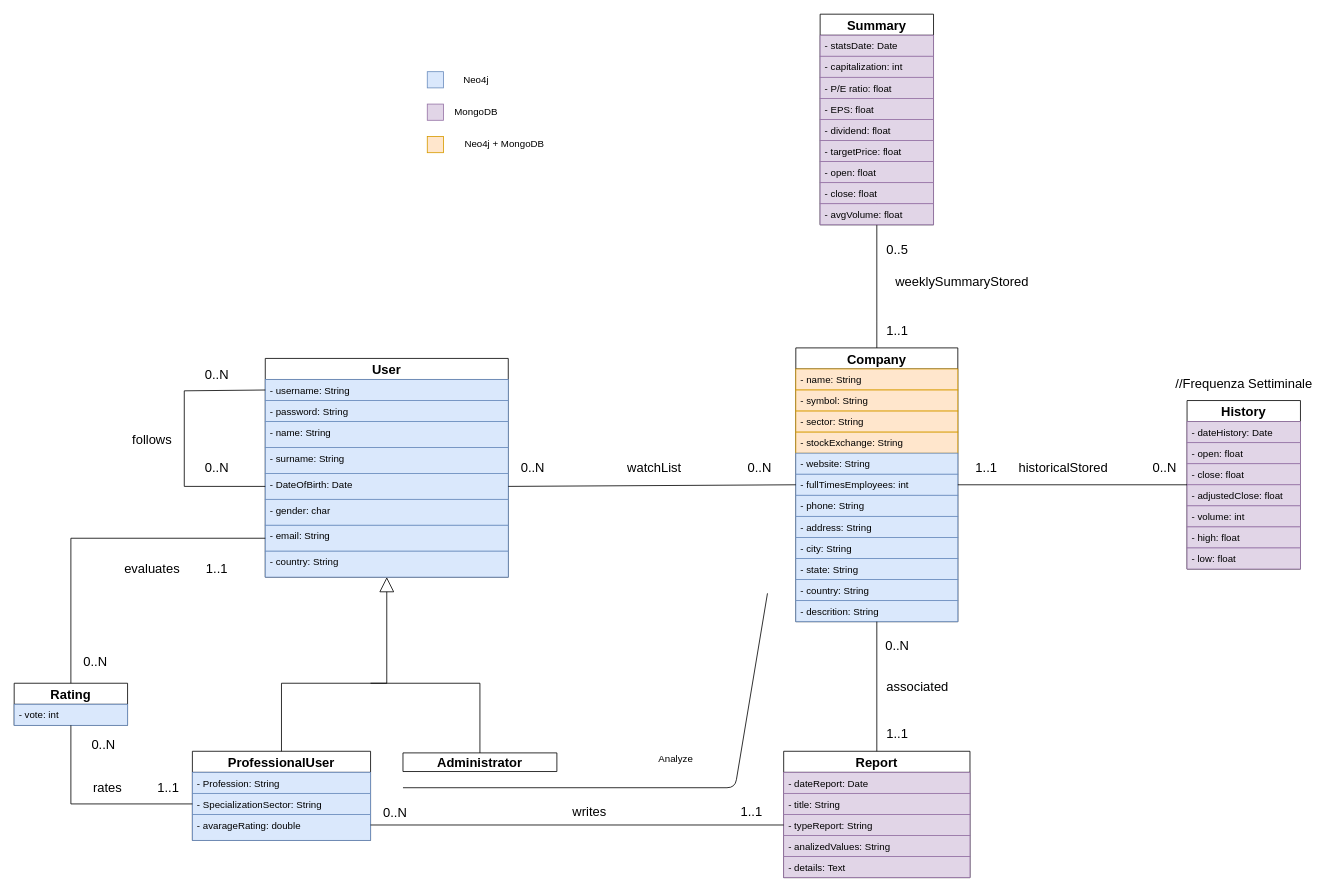
Before: page "Page-2" (2 of 2) of Diagrammi/ClassesDiagram.drawio in Matteo-Castrignano/CompaniesDiscoveryApplications, a draw.io diagram. Source tidied: cells renumbered, new cells numbered last; positions are measured from the earlier drawing's top-left corner, leaving out a move shared by most shapes. Both pictures are drawn from the tidied source at 81%, with x=0, y=0 at pixel (14, 14).
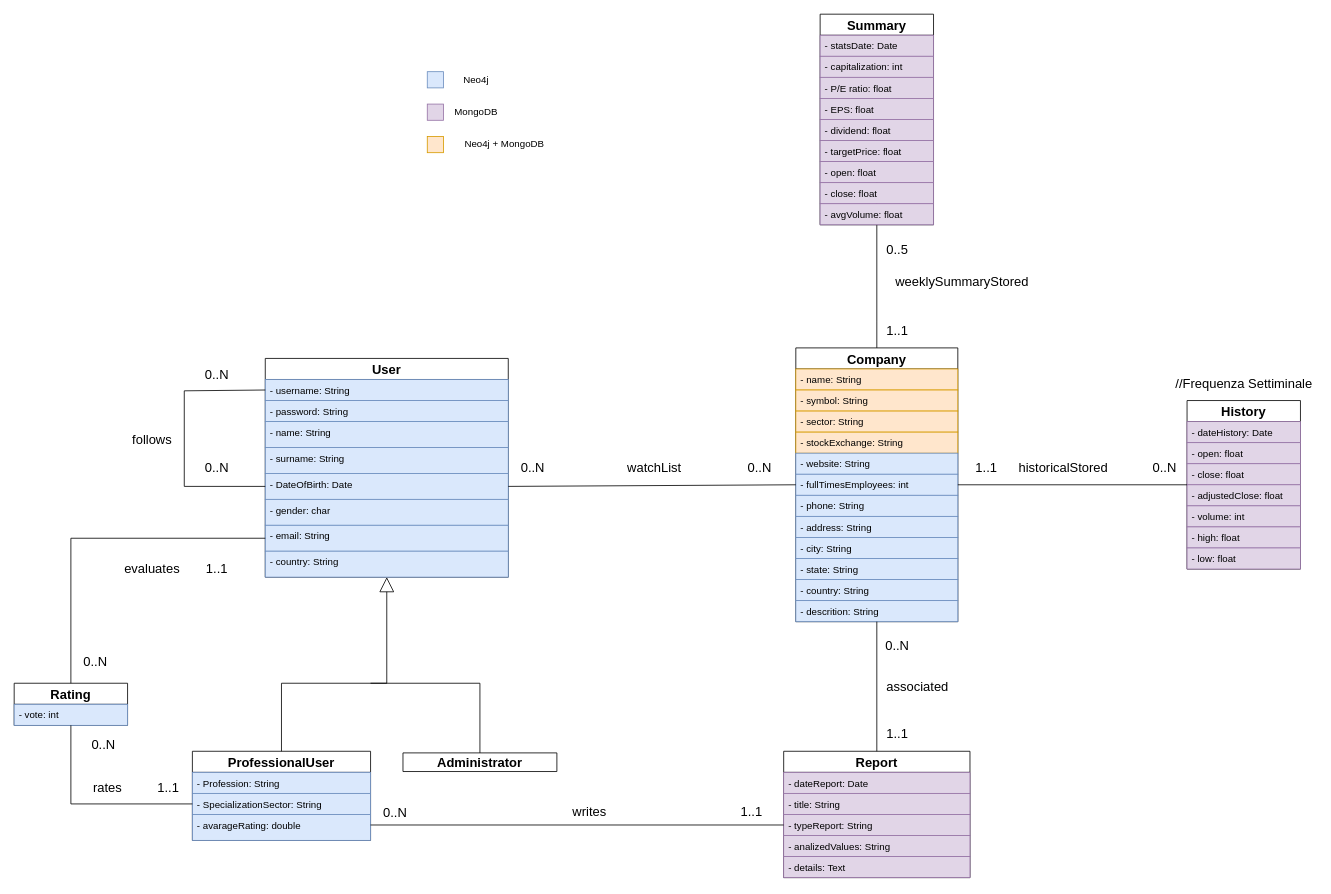
Above is the later version.

Diff of the diagram source:
```diff
@@
-    <mxCell id="96" style="endArrow=none;html=1;" parent="1" edge="1">
-      <mxGeometry relative="1" as="geometry">
-        <mxPoint x="480" y="955" as="sourcePoint" />
-        <mxPoint x="930" y="715" as="targetPoint" />
-        <Array as="points">
-          <mxPoint x="890" y="955" />
-        </Array>
-      </mxGeometry>
-    </mxCell>
-    <mxCell id="97" value="Analyze" style="text;html=1;strokeColor=none;fillColor=none;align=center;verticalAlign=middle;whiteSpace=wrap;rounded=0;" parent="1" vertex="1">
-      <mxGeometry x="797" y="910" width="40" height="20" as="geometry" />
-    </mxCell>
```
